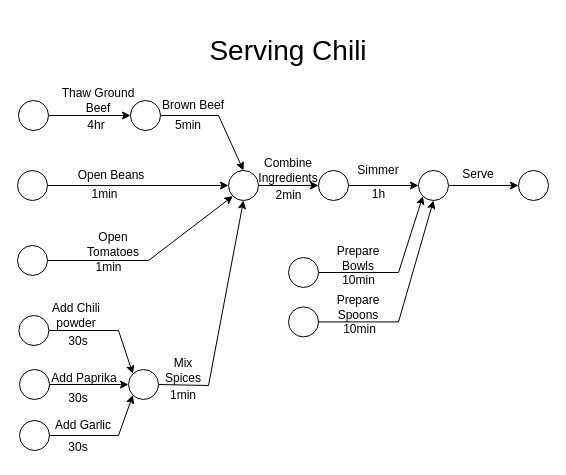
Before: page "Recipe Graph" (2 of 7) of _posts/_media_working_copies/IDesign/Network.drawio in farlee2121/DevEssentialsBlog, a draw.io diagram. Source tidied: cells renumbered, new cells numbered last; positions are measured from the earlier drawing's top-left corner, leaving out a move shared by most shapes. Both pictures are drawn from the tidied source at 100%, with x=0, y=0 at pixel (17, 40).
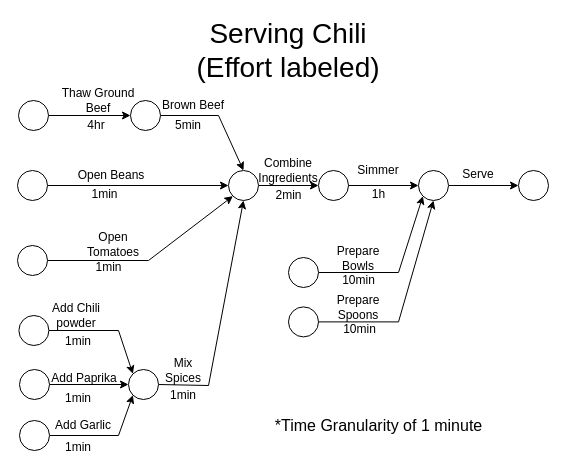
The same page after the edit.

Commit message:
Finish float and sub-critical recipe networks

Change to the diagram source:
```diff
@@
-    <mxCell id="2" value="&lt;font color=&quot;#000000&quot; style=&quot;font-size: 28px&quot;&gt;Serving Chili&lt;/font&gt;" style="text;html=1;strokeColor=none;fillColor=none;align=center;verticalAlign=middle;whiteSpace=wrap;rounded=0;fontColor=#FFD966;" parent="1" vertex="1">
+    <mxCell id="2" value="&lt;font color=&quot;#000000&quot; style=&quot;font-size: 28px&quot;&gt;Serving Chili (Effort labeled)&lt;/font&gt;" style="text;html=1;strokeColor=none;fillColor=none;align=center;verticalAlign=middle;whiteSpace=wrap;rounded=0;fontColor=#FFD966;" parent="1" vertex="1">
       <mxGeometry x="176" width="190" height="20" as="geometry" />
     </mxCell>
@@
-    <mxCell id="46" value="30s" style="text;html=1;strokeColor=none;fillColor=none;align=center;verticalAlign=middle;whiteSpace=wrap;rounded=0;fontColor=#000000;" parent="1" vertex="1">
+    <mxCell id="46" value="1min" style="text;html=1;strokeColor=none;fillColor=none;align=center;verticalAlign=middle;whiteSpace=wrap;rounded=0;fontColor=#000000;" parent="1" vertex="1">
       <mxGeometry x="41" y="291" width="40" height="20" as="geometry" />
     </mxCell>
-    <mxCell id="47" value="30s" style="text;html=1;strokeColor=none;fillColor=none;align=center;verticalAlign=middle;whiteSpace=wrap;rounded=0;fontColor=#000000;" parent="1" vertex="1">
+    <mxCell id="47" value="1min" style="text;html=1;strokeColor=none;fillColor=none;align=center;verticalAlign=middle;whiteSpace=wrap;rounded=0;fontColor=#000000;" parent="1" vertex="1">
       <mxGeometry x="41" y="348" width="40" height="20" as="geometry" />
     </mxCell>
-    <mxCell id="48" value="30s" style="text;html=1;strokeColor=none;fillColor=none;align=center;verticalAlign=middle;whiteSpace=wrap;rounded=0;fontColor=#000000;" parent="1" vertex="1">
+    <mxCell id="48" value="1min" style="text;html=1;strokeColor=none;fillColor=none;align=center;verticalAlign=middle;whiteSpace=wrap;rounded=0;fontColor=#000000;" parent="1" vertex="1">
       <mxGeometry x="41" y="397" width="40" height="20" as="geometry" />
     </mxCell>
@@
+    <mxCell id="56" value="*Time Granularity of 1 minute" style="text;html=1;align=center;verticalAlign=middle;fontSize=16;fontColor=#000000;" parent="1" vertex="1">
+      <mxGeometry x="251" y="375" width="220" height="20" as="geometry" />
+    </mxCell>
```
